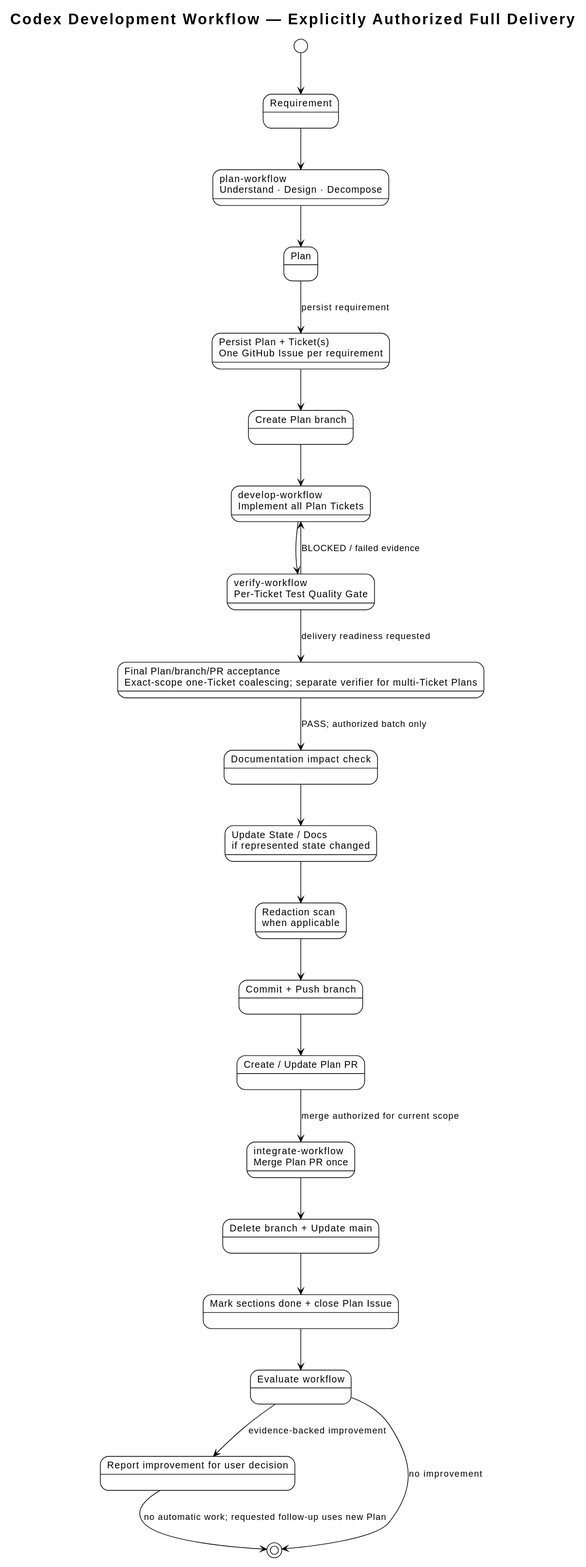
Earlier version of the PlantUML export docs/architecture/diagrams/architecture.svg (i-zrhe2016/codex-development-workflow).
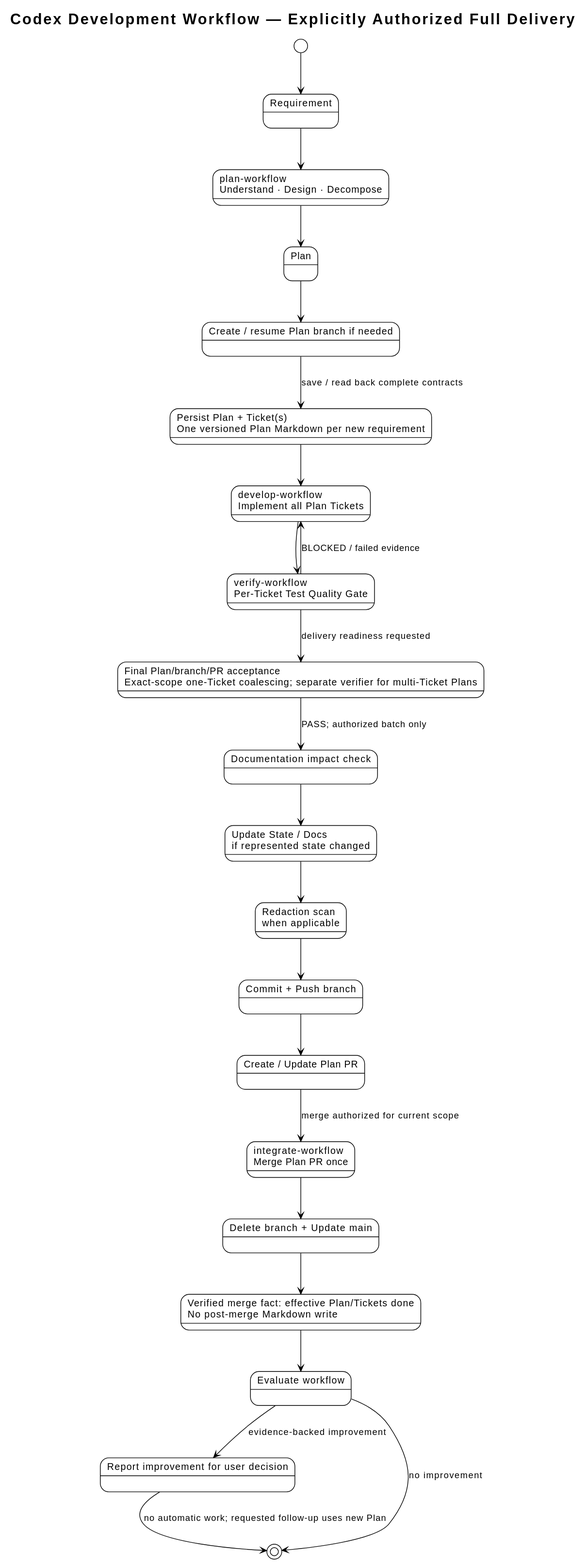
After the commit.

What changed in the source:
```diff
@@ -9,8 +9,8 @@
 state "Requirement" as Requirement
 state "plan-workflow\nUnderstand · Design · Decompose" as Understand
 state "Plan" as Plan
-state "Persist Plan + Ticket(s)\nOne GitHub Issue per requirement" as Issues
-state "Create Plan branch" as Branch
+state "Persist Plan + Ticket(s)\nOne versioned Plan Markdown per new requirement" as Records
+state "Create / resume Plan branch if needed" as Branch
 state "develop-workflow\nImplement all Plan Tickets" as Implement
 state "verify-workflow\nPer-Ticket Test Quality Gate" as Test
 state "Final Plan/branch/PR acceptance\nExact-scope one-Ticket coalescing; separate verifier for multi-Ticket Plans" as FinalVerify
@@ -21,16 +21,16 @@
 state "Create / Update Plan PR" as PR
 state "integrate-workflow\nMerge Plan PR once" as Merge
 state "Delete branch + Update main" as Cleanup
-state "Mark sections done + close Plan Issue" as Close
+state "Verified merge fact: effective Plan/Tickets done\nNo post-merge Markdown write" as Close
 state "Evaluate workflow" as Evaluate
 state "Report improvement for user decision" as Improve
 
 [*] --> Requirement
 Requirement --> Understand
 Understand --> Plan
-Plan --> Issues : persist requirement
-Issues --> Branch
-Branch --> Implement
+Plan --> Branch
+Branch --> Records : save / read back complete contracts
+Records --> Implement
 Implement --> Test
 Test --> Implement : BLOCKED / failed evidence
 Test --> FinalVerify : delivery readiness requested
```
